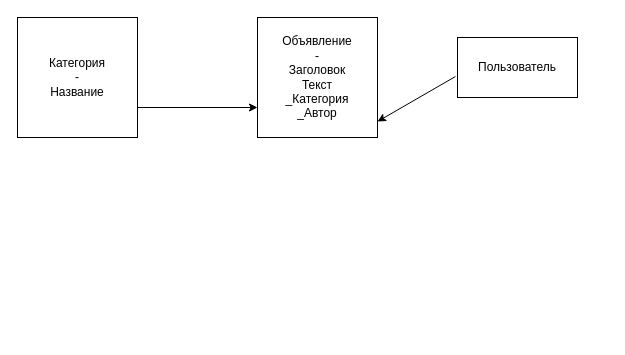
This is SF_D_16_Callboard_Models.drawio from ctulhufromrlieh/SF_D_16_CallBoard, a draw.io file, before an edit. Source tidied: cells renumbered, new cells numbered last; positions are measured from the earlier drawing's top-left corner, leaving out a move shared by most shapes. Both pictures are drawn from the tidied source at 100%, with x=0, y=0 at pixel (17, 17).
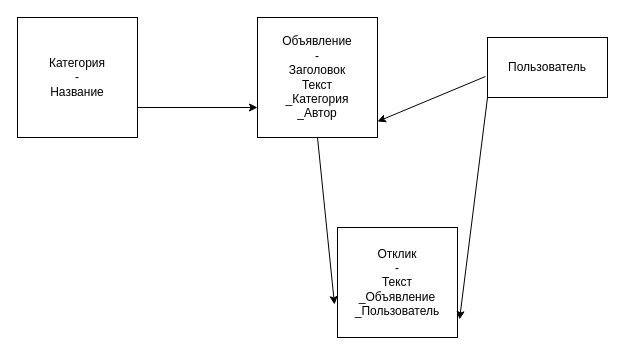
The same diagram, later.

Change to the diagram source:
```diff
@@
 <mxGraphModel>
   <root>
     <mxCell id="0" />
     <mxCell id="1" parent="0" />
     <mxCell id="2" value="Категория&lt;br&gt;-&lt;br&gt;Название" style="rounded=0;whiteSpace=wrap;html=1;" parent="1" vertex="1">
       <mxGeometry width="120" height="120" as="geometry" />
     </mxCell>
     <mxCell id="3" value="Объявление&lt;br&gt;-&lt;br&gt;Заголовок&lt;br&gt;Текст&lt;br&gt;_Категория&lt;br&gt;_Автор" style="rounded=0;whiteSpace=wrap;html=1;" parent="1" vertex="1">
       <mxGeometry x="240" width="120" height="120" as="geometry" />
     </mxCell>
     <mxCell id="4" style="endArrow=classic;html=1;rounded=0;exitX=1;exitY=0.75;exitDx=0;exitDy=0;entryX=0;entryY=0.75;entryDx=0;entryDy=0;" parent="1" edge="1" source="2" target="3">
       <mxGeometry relative="1" as="geometry" />
     </mxCell>
     <mxCell id="5" value="Пользователь" style="rounded=0;whiteSpace=wrap;html=1;" parent="1" vertex="1">
-      <mxGeometry x="440" y="20" width="120" height="60" as="geometry" />
+      <mxGeometry x="470" y="20" width="120" height="60" as="geometry" />
     </mxCell>
     <mxCell id="6" style="endArrow=classic;html=1;rounded=0;exitX=-0.017;exitY=0.65;exitDx=0;exitDy=0;exitPerimeter=0;entryX=1;entryY=0.867;entryDx=0;entryDy=0;entryPerimeter=0;" parent="1" edge="1" source="5" target="3">
       <mxGeometry relative="1" as="geometry" />
     </mxCell>
+    <mxCell id="7" value="Отклик&lt;br&gt;-&lt;br&gt;Текст&lt;br&gt;_Объявление&lt;br&gt;_Пользователь" style="rounded=0;whiteSpace=wrap;html=1;" parent="1" vertex="1">
+      <mxGeometry x="320" y="210" width="120" height="110" as="geometry" />
+    </mxCell>
+    <mxCell id="8" style="endArrow=classic;html=1;rounded=0;exitX=0;exitY=1;exitDx=0;exitDy=0;entryX=1.017;entryY=0.836;entryDx=0;entryDy=0;entryPerimeter=0;" parent="1" edge="1" source="5" target="7">
+      <mxGeometry relative="1" as="geometry" />
+    </mxCell>
+    <mxCell id="9" style="endArrow=classic;html=1;rounded=0;exitX=0.5;exitY=1;exitDx=0;exitDy=0;entryX=-0.025;entryY=0.7;entryDx=0;entryDy=0;entryPerimeter=0;" parent="1" edge="1" source="3" target="7">
+      <mxGeometry relative="1" as="geometry" />
+    </mxCell>
   </root>
 </mxGraphModel>
```
